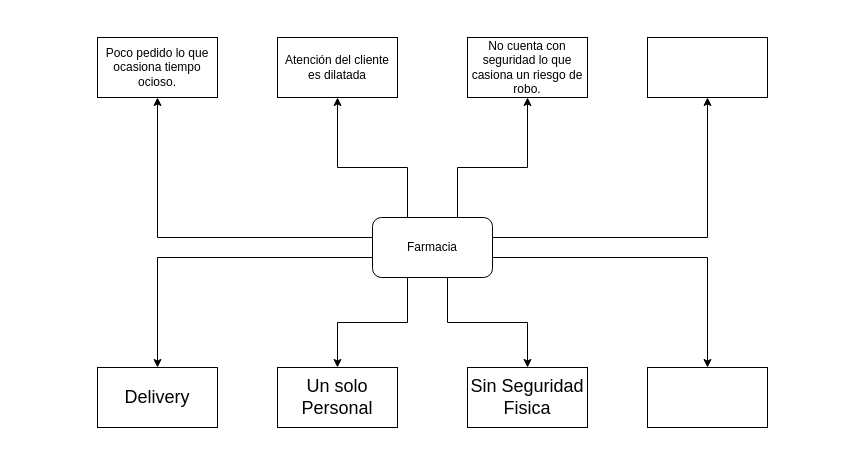
Before: Untitled Diagram.drawio in Oliver-Luna/Python, a draw.io diagram. Source tidied: cells renumbered, new cells numbered last; positions are measured from the earlier drawing's top-left corner, leaving out a move shared by most shapes. Both pictures are drawn from the tidied source at 100%, with x=0, y=0 at pixel (97, 37).
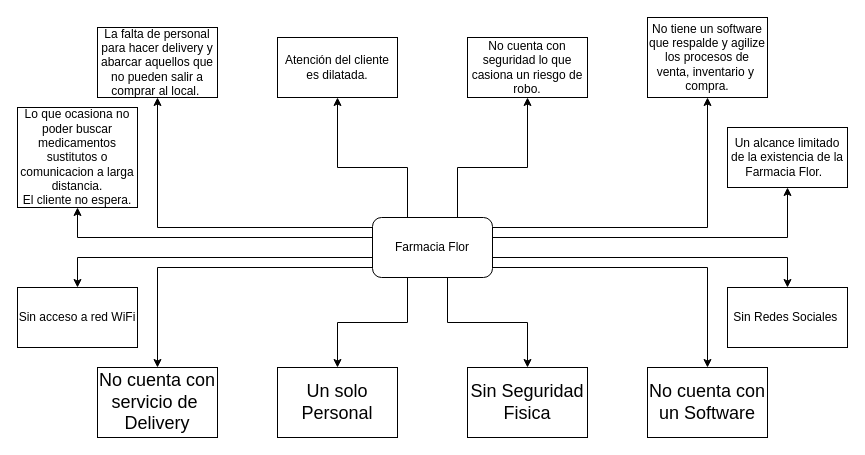
The same diagram, later.

What changed in the source:
```diff
@@
-    <mxCell id="2" value="&lt;font style=&quot;font-size: 18px&quot;&gt;Delivery&lt;/font&gt;" style="rounded=0;whiteSpace=wrap;html=1;" parent="1" vertex="1">
-      <mxGeometry y="330" width="120" height="60" as="geometry" />
+    <mxCell id="2" value="&lt;font style=&quot;font-size: 18px&quot;&gt;No cuenta con servicio de&amp;nbsp;&lt;br&gt;Delivery&lt;/font&gt;" style="rounded=0;whiteSpace=wrap;html=1;" parent="1" vertex="1">
+      <mxGeometry y="330" width="120" height="70" as="geometry" />
     </mxCell>
     <mxCell id="3" value="&lt;font style=&quot;font-size: 18px&quot;&gt;Un solo Personal&lt;/font&gt;" style="rounded=0;whiteSpace=wrap;html=1;" parent="1" vertex="1">
-      <mxGeometry x="180" y="330" width="120" height="60" as="geometry" />
+      <mxGeometry x="180" y="330" width="120" height="70" as="geometry" />
     </mxCell>
     <mxCell id="4" value="&lt;font style=&quot;font-size: 18px&quot;&gt;Sin Seguridad Fisica&lt;/font&gt;" style="rounded=0;whiteSpace=wrap;html=1;" parent="1" vertex="1">
-      <mxGeometry x="370" y="330" width="120" height="60" as="geometry" />
+      <mxGeometry x="370" y="330" width="120" height="70" as="geometry" />
     </mxCell>
     <mxCell id="5" style="edgeStyle=orthogonalEdgeStyle;rounded=0;jettySize=auto;html=1;entryX=0.5;entryY=1;entryDx=0;entryDy=0;" parent="1" edge="1" source="13" target="14">
       <mxGeometry relative="1" as="geometry">
         <Array as="points">
-          <mxPoint x="60" y="200" />
+          <mxPoint x="60" y="190" />
         </Array>
       </mxGeometry>
     </mxCell>
@@
     <mxCell id="8" style="edgeStyle=orthogonalEdgeStyle;rounded=0;jettySize=auto;html=1;entryX=0.5;entryY=1;entryDx=0;entryDy=0;" parent="1" edge="1" source="13" target="17">
       <mxGeometry relative="1" as="geometry">
         <Array as="points">
-          <mxPoint x="610" y="200" />
+          <mxPoint x="610" y="190" />
         </Array>
       </mxGeometry>
     </mxCell>
     <mxCell id="9" style="edgeStyle=orthogonalEdgeStyle;rounded=0;jettySize=auto;html=1;entryX=0.5;entryY=0;entryDx=0;entryDy=0;" parent="1" edge="1" source="13" target="2">
       <mxGeometry relative="1" as="geometry">
         <Array as="points">
-          <mxPoint x="60" y="220" />
+          <mxPoint x="60" y="230" />
         </Array>
       </mxGeometry>
     </mxCell>
@@
     <mxCell id="12" style="edgeStyle=orthogonalEdgeStyle;rounded=0;jettySize=auto;html=1;entryX=0.5;entryY=0;entryDx=0;entryDy=0;" parent="1" edge="1" source="13" target="18">
       <mxGeometry relative="1" as="geometry">
         <Array as="points">
-          <mxPoint x="610" y="220" />
+          <mxPoint x="610" y="230" />
         </Array>
       </mxGeometry>
     </mxCell>
+    <mxCell id="19" style="edgeStyle=orthogonalEdgeStyle;rounded=0;jettySize=auto;html=1;entryX=0.5;entryY=1;entryDx=0;entryDy=0;" parent="1" edge="1" source="13" target="23">
+      <mxGeometry relative="1" as="geometry">
+        <Array as="points">
+          <mxPoint x="-20" y="200" />
+        </Array>
+      </mxGeometry>
+    </mxCell>
+    <mxCell id="20" style="edgeStyle=orthogonalEdgeStyle;rounded=0;jettySize=auto;html=1;entryX=0.5;entryY=0;entryDx=0;entryDy=0;" parent="1" edge="1" source="13" target="24">
+      <mxGeometry relative="1" as="geometry">
+        <Array as="points">
+          <mxPoint x="-20" y="220" />
+        </Array>
+      </mxGeometry>
+    </mxCell>
+    <mxCell id="21" style="edgeStyle=orthogonalEdgeStyle;rounded=0;jettySize=auto;html=1;entryX=0.5;entryY=1;entryDx=0;entryDy=0;" parent="1" edge="1" source="13" target="26">
+      <mxGeometry relative="1" as="geometry">
+        <Array as="points">
+          <mxPoint x="690" y="200" />
+        </Array>
+      </mxGeometry>
+    </mxCell>
+    <mxCell id="22" style="edgeStyle=orthogonalEdgeStyle;rounded=0;jettySize=auto;html=1;entryX=0.5;entryY=0;entryDx=0;entryDy=0;" parent="1" edge="1" source="13" target="25">
+      <mxGeometry relative="1" as="geometry">
+        <Array as="points">
+          <mxPoint x="690" y="220" />
+        </Array>
+      </mxGeometry>
+    </mxCell>
-    <mxCell id="13" value="Farmacia" style="rounded=1;whiteSpace=wrap;html=1;" parent="1" vertex="1">
+    <mxCell id="13" value="Farmacia Flor" style="rounded=1;whiteSpace=wrap;html=1;" parent="1" vertex="1">
       <mxGeometry x="275" y="180" width="120" height="60" as="geometry" />
     </mxCell>
-    <mxCell id="14" value="Poco pedido lo que ocasiona tiempo ocioso." style="rounded=0;whiteSpace=wrap;html=1;fillColor=#FFFFFF;strokeColor=#000000;" parent="1" vertex="1">
-      <mxGeometry width="120" height="60" as="geometry" />
+    <mxCell id="14" value="La falta de personal para hacer delivery y abarcar aquellos que no pueden salir a comprar al local.&amp;nbsp;" style="rounded=0;whiteSpace=wrap;html=1;fillColor=#FFFFFF;strokeColor=#000000;" parent="1" vertex="1">
+      <mxGeometry y="-10" width="120" height="70" as="geometry" />
     </mxCell>
-    <mxCell id="15" value="Atención del cliente es dilatada" style="rounded=0;whiteSpace=wrap;html=1;" parent="1" vertex="1">
+    <mxCell id="15" value="Atención del cliente es dilatada." style="rounded=0;whiteSpace=wrap;html=1;" parent="1" vertex="1">
       <mxGeometry x="180" width="120" height="60" as="geometry" />
     </mxCell>
@@
-    <mxCell id="17" style="rounded=0;whiteSpace=wrap;html=1;" parent="1" vertex="1">
-      <mxGeometry x="550" width="120" height="60" as="geometry" />
+    <mxCell id="17" value="No tiene un software que respalde y agilize los procesos de venta, inventario y&amp;nbsp; compra." style="rounded=0;whiteSpace=wrap;html=1;" parent="1" vertex="1">
+      <mxGeometry x="550" y="-20" width="120" height="80" as="geometry" />
     </mxCell>
-    <mxCell id="18" style="rounded=0;whiteSpace=wrap;html=1;" parent="1" vertex="1">
-      <mxGeometry x="550" y="330" width="120" height="60" as="geometry" />
+    <mxCell id="18" value="&lt;font style=&quot;font-size: 18px&quot;&gt;No cuenta con un Software&lt;/font&gt;" style="rounded=0;whiteSpace=wrap;html=1;" parent="1" vertex="1">
+      <mxGeometry x="550" y="330" width="120" height="70" as="geometry" />
     </mxCell>
+    <mxCell id="23" value="Lo que ocasiona no poder buscar medicamentos sustitutos o comunicacion a larga distancia.&lt;br&gt;El cliente no espera." style="rounded=0;whiteSpace=wrap;html=1;" parent="1" vertex="1">
+      <mxGeometry x="-80" y="70" width="120" height="100" as="geometry" />
+    </mxCell>
+    <mxCell id="24" value="Sin acceso a red WiFi" style="rounded=0;whiteSpace=wrap;html=1;" parent="1" vertex="1">
+      <mxGeometry x="-80" y="250" width="120" height="60" as="geometry" />
+    </mxCell>
+    <mxCell id="25" value="Sin Redes Sociales&amp;nbsp;" style="rounded=0;whiteSpace=wrap;html=1;" parent="1" vertex="1">
+      <mxGeometry x="630" y="250" width="120" height="60" as="geometry" />
+    </mxCell>
+    <mxCell id="26" value="Un alcance limitado de la existencia de la Farmacia Flor.&amp;nbsp;&amp;nbsp;" style="rounded=0;whiteSpace=wrap;html=1;" parent="1" vertex="1">
+      <mxGeometry x="630" y="90" width="120" height="60" as="geometry" />
+    </mxCell>
```
